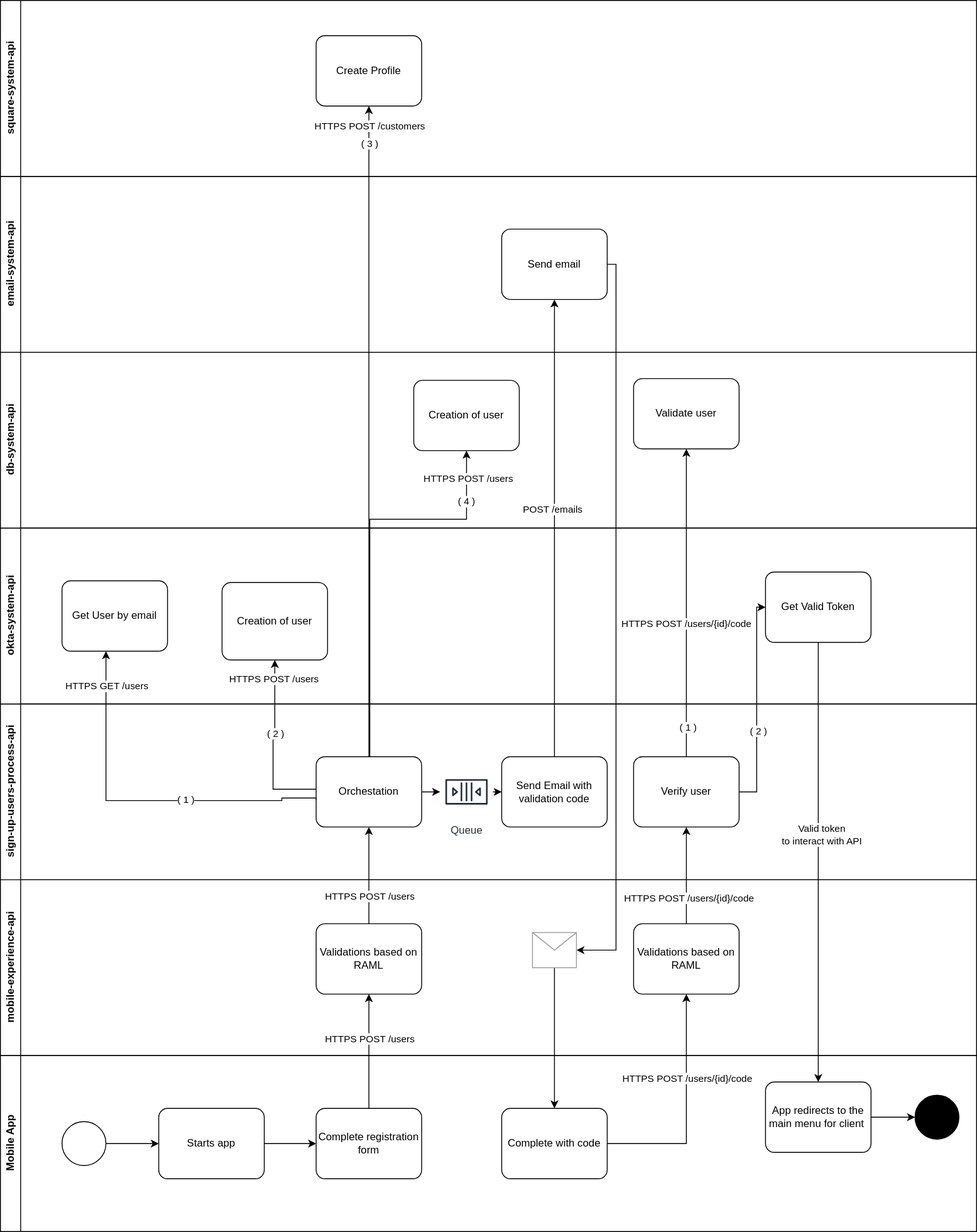
Before: architecture/diagrams/use-cases/sign-up-user-use-case.drawio.svg, a diagram exported from draw.io (RideXpress/docs). Source tidied: cells renumbered, new cells last; positions are measured from the earlier drawing's top-left corner, leaving out a move shared by most shapes.
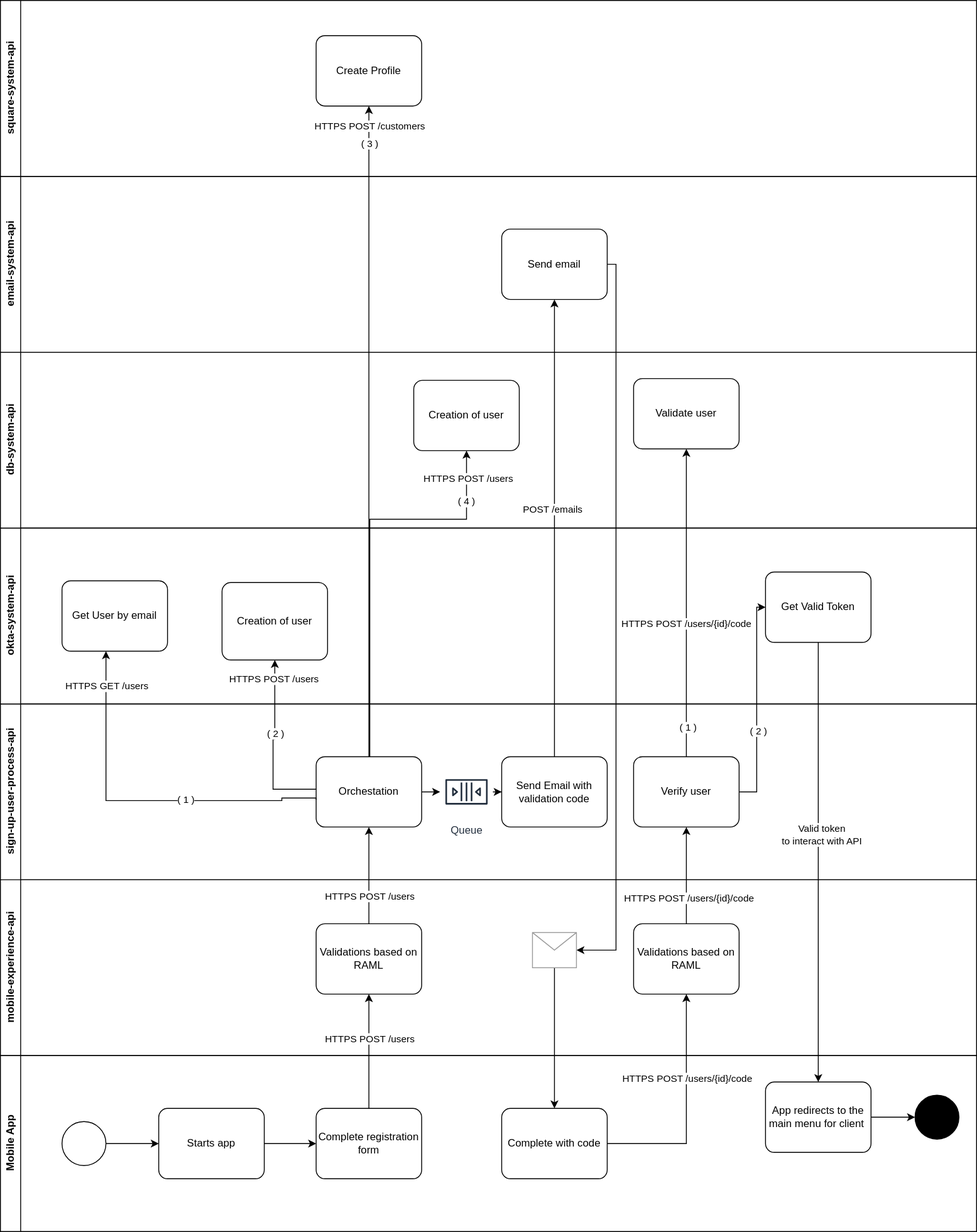
After the change.

Diff of the diagram source:
```diff
@@ -49,7 +49,7 @@
         <mxPoint x="-3" y="-12" as="offset" />
       </mxGeometry>
     </mxCell>
-    <mxCell id="17" value="sign-up-users-process-api" style="swimlane;horizontal=0;whiteSpace=wrap;html=1;" parent="1" vertex="1">
+    <mxCell id="17" value="sign-up-user-process-api" style="swimlane;horizontal=0;whiteSpace=wrap;html=1;" parent="1" vertex="1">
       <mxGeometry y="800" width="1110" height="200" as="geometry" />
     </mxCell>
     <mxCell id="18" style="edgeStyle=orthogonalEdgeStyle;rounded=0;jettySize=auto;html=1;entryX=0;entryY=0.5;entryDx=0;entryDy=0;entryPerimeter=0;" parent="17" edge="1" source="23" target="20">
```
